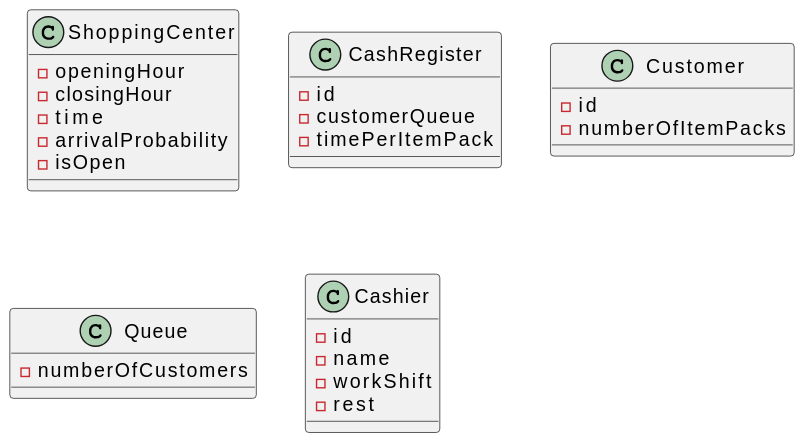
Before: images/modelosUML/diagramaClasesSueltas.svg, a diagram exported from PlantUML (mmasias/23-24-IdSw2-SDD).
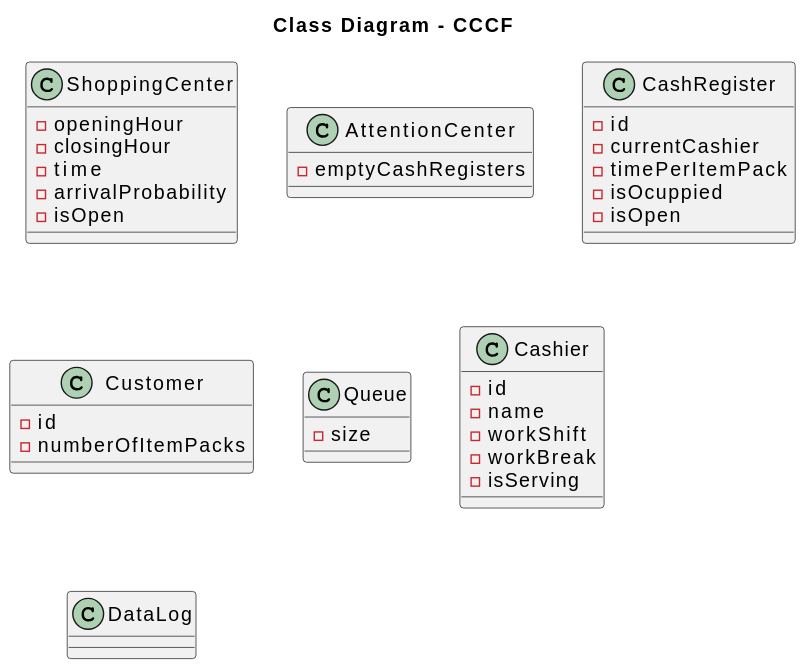
After the commit.

Commit message:
diagrama clases svg

What changed in the source:
```diff
@@ -1,4 +1,8 @@
 @startuml
+skinparam linetype polyline
+
+title Class Diagram - CCCF
+
 class ShoppingCenter {
     - openingHour
     - closingHour
@@ -7,10 +11,16 @@
     - isOpen
 }
 
+class AttentionCenter{
+    - emptyCashRegisters
+}
+
 class CashRegister {
     - id
-    - customerQueue
+    - currentCashier
     - timePerItemPack
+    - isOcuppied
+    - isOpen
 }
 
 class Customer {
@@ -19,13 +29,18 @@
 }
 
 class Queue {
-    - numberOfCustomers
+    - size
 }
 
 class Cashier {
     - id
     - name
     - workShift
-    - rest
+    - workBreak
+    - isServing
+}
+
+class DataLog{
+
 }
 @enduml
```
